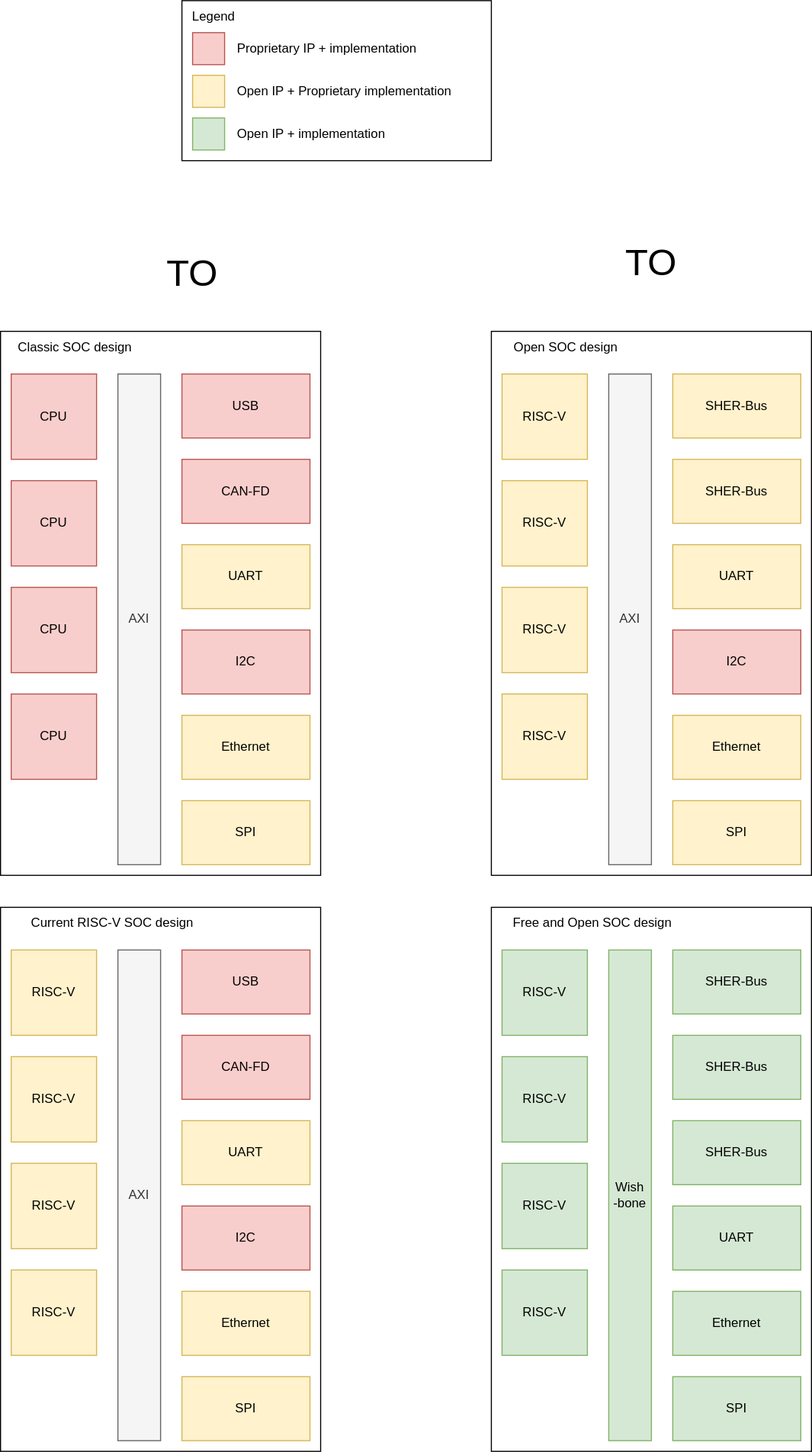
Earlier version of the draw.io export SOC.svg (cdg66/BUS_figures). Source tidied: cells renumbered, new cells last; positions are measured from the earlier drawing's top-left corner, leaving out a move shared by most shapes.
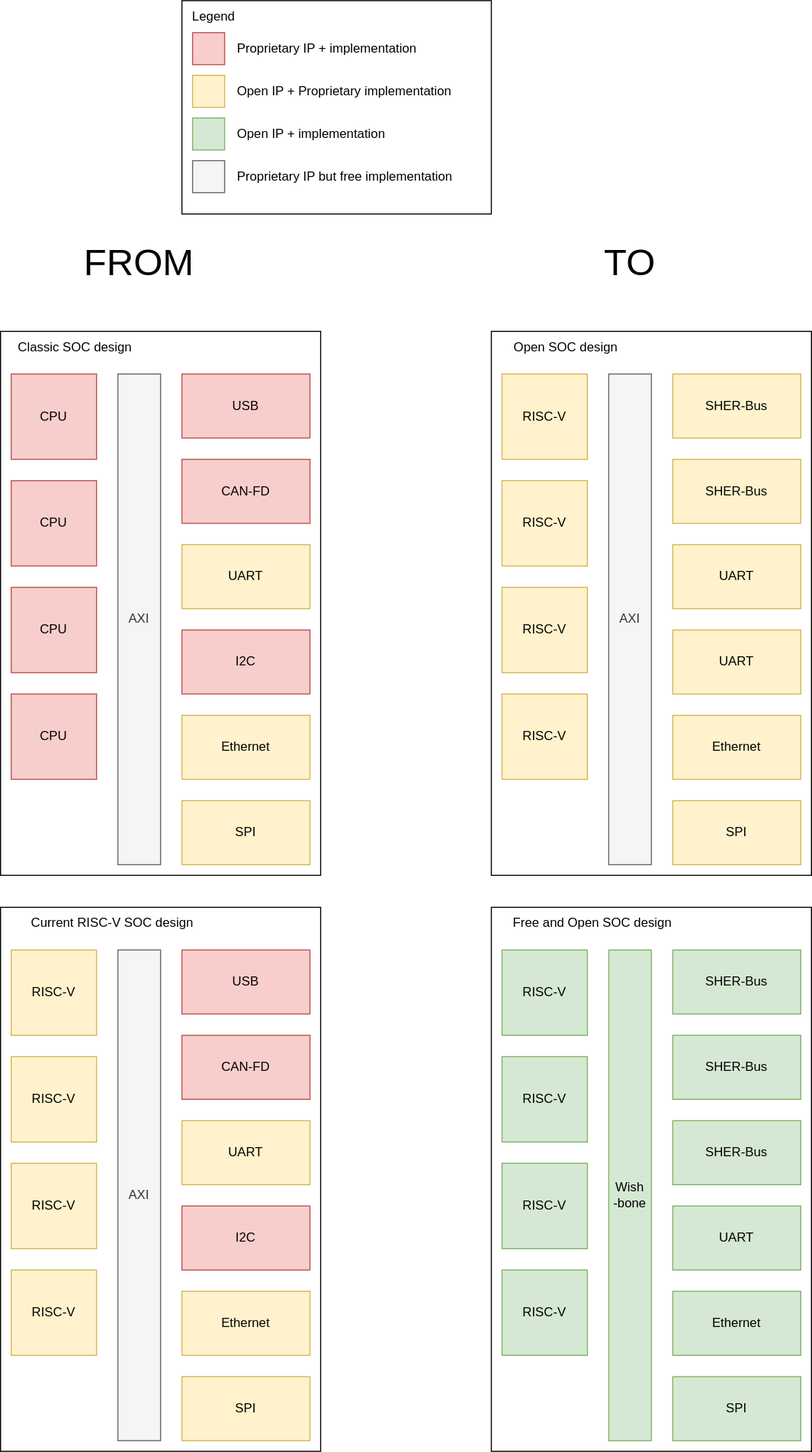
After the change.

Change to the diagram source:
```diff
@@ -6,7 +6,7 @@
       <mxGeometry y="310" width="300" height="510" as="geometry" />
     </mxCell>
     <mxCell id="3" style="rounded=0;whiteSpace=wrap;html=1;" parent="1" vertex="1">
-      <mxGeometry x="170" width="290" height="150" as="geometry" />
+      <mxGeometry x="170" width="290" height="200" as="geometry" />
     </mxCell>
     <mxCell id="4" value="CPU" style="whiteSpace=wrap;html=1;fillColor=#f8cecc;strokeColor=#b85450;" parent="1" vertex="1">
       <mxGeometry x="10" y="350" width="80" height="80" as="geometry" />
@@ -71,9 +71,6 @@
     <mxCell id="24" value="UART" style="rounded=0;whiteSpace=wrap;html=1;fillColor=#fff2cc;strokeColor=#d6b656;" parent="1" vertex="1">
       <mxGeometry x="630" y="510" width="120" height="60" as="geometry" />
     </mxCell>
-    <mxCell id="25" value="I2C" style="rounded=0;whiteSpace=wrap;html=1;fillColor=#f8cecc;strokeColor=#b85450;" parent="1" vertex="1">
-      <mxGeometry x="630" y="590" width="120" height="60" as="geometry" />
-    </mxCell>
     <mxCell id="26" value="AXI" style="rounded=0;whiteSpace=wrap;html=1;fillColor=#f5f5f5;strokeColor=#666666;fontColor=#333333;" parent="1" vertex="1">
       <mxGeometry x="570" y="350" width="40" height="460" as="geometry" />
     </mxCell>
@@ -114,7 +111,7 @@
       <mxGeometry x="470" y="850" width="170" height="30" as="geometry" />
     </mxCell>
     <mxCell id="39" value="&lt;font style=&quot;font-size: 35px;&quot;&gt;TO&lt;/font&gt;" style="text;html=1;strokeColor=none;fillColor=none;align=center;verticalAlign=middle;whiteSpace=wrap;rounded=0;" parent="1" vertex="1">
-      <mxGeometry x="580" y="230" width="60" height="30" as="geometry" />
+      <mxGeometry x="560" y="230" width="60" height="30" as="geometry" />
     </mxCell>
     <mxCell id="40" value="RISC-V" style="whiteSpace=wrap;html=1;fillColor=#d5e8d4;strokeColor=#82b366;" parent="1" vertex="1">
       <mxGeometry x="470" y="990" width="80" height="80" as="geometry" />
@@ -185,8 +182,17 @@
     <mxCell id="62" value="CAN-FD" style="rounded=0;whiteSpace=wrap;html=1;fillColor=#f8cecc;strokeColor=#b85450;" parent="1" vertex="1">
       <mxGeometry x="170" y="970" width="120" height="60" as="geometry" />
     </mxCell>
-    <mxCell id="63" value="&lt;font style=&quot;font-size: 35px;&quot;&gt;TO&lt;/font&gt;" style="text;html=1;strokeColor=none;fillColor=none;align=center;verticalAlign=middle;whiteSpace=wrap;rounded=0;" parent="1" vertex="1">
-      <mxGeometry x="150" y="240" width="60" height="30" as="geometry" />
+    <mxCell id="63" value="&lt;font style=&quot;font-size: 35px;&quot;&gt;FROM&lt;/font&gt;" style="text;html=1;strokeColor=none;fillColor=none;align=center;verticalAlign=middle;whiteSpace=wrap;rounded=0;" parent="1" vertex="1">
+      <mxGeometry x="100" y="230" width="60" height="30" as="geometry" />
     </mxCell>
+    <mxCell id="64" style="whiteSpace=wrap;html=1;fillColor=#f5f5f5;strokeColor=#666666;fontColor=#333333;" parent="1" vertex="1">
+      <mxGeometry x="180" y="150" width="30" height="30" as="geometry" />
+    </mxCell>
+    <mxCell id="65" value="&lt;div align=&quot;left&quot;&gt;Proprietary IP but free implementation&lt;/div&gt;" style="text;html=1;strokeColor=none;fillColor=none;align=left;verticalAlign=middle;whiteSpace=wrap;rounded=0;" parent="1" vertex="1">
+      <mxGeometry x="220" y="150" width="240" height="30" as="geometry" />
+    </mxCell>
+    <mxCell id="66" value="UART" style="rounded=0;whiteSpace=wrap;html=1;fillColor=#fff2cc;strokeColor=#d6b656;" parent="1" vertex="1">
+      <mxGeometry x="630" y="590" width="120" height="60" as="geometry" />
+    </mxCell>
   </root>
 </mxGraphModel>
```
